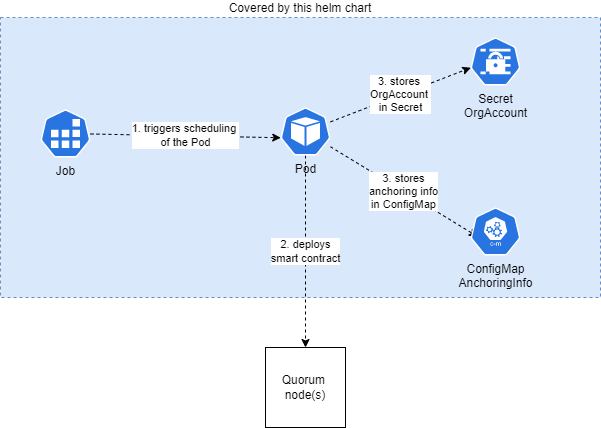
The draw.io diagram charts/smartcontract/docs/smartcontract.drawio.png in PharmaLedger-IMI/helmchart-ethadapter, before a commit. Source tidied: cells renumbered, new cells last; positions are measured from the earlier drawing's top-left corner, leaving out a move shared by most shapes.
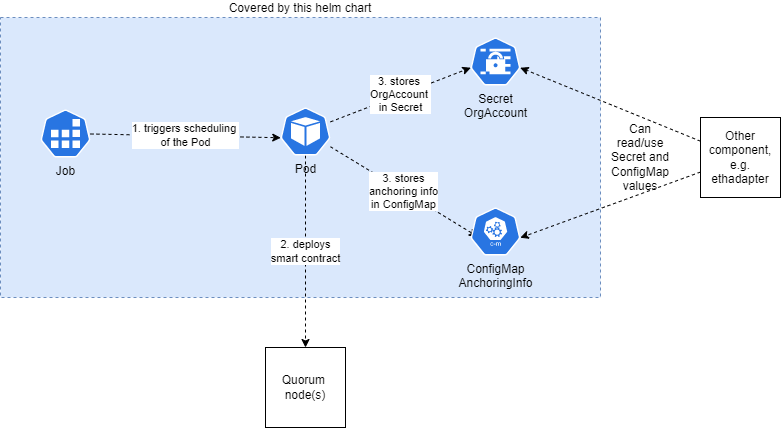
After the commit.

Diff of the diagram source:
```diff
@@ -32,5 +32,17 @@
     <mxCell id="11" value="ConfigMap&lt;br&gt;AnchoringInfo" style="sketch=0;html=1;dashed=0;whitespace=wrap;fillColor=#2875E2;strokeColor=#ffffff;points=[[0.005,0.63,0],[0.1,0.2,0],[0.9,0.2,0],[0.5,0,0],[0.995,0.63,0],[0.72,0.99,0],[0.5,1,0],[0.28,0.99,0]];shape=mxgraph.kubernetes.icon;prIcon=c_m;labelPosition=center;verticalLabelPosition=bottom;align=center;verticalAlign=top;" parent="1" vertex="1">
       <mxGeometry x="470" y="190" width="50" height="48" as="geometry" />
     </mxCell>
+    <mxCell id="12" style="edgeStyle=none;rounded=0;jettySize=auto;html=1;entryX=0.995;entryY=0.63;entryDx=0;entryDy=0;entryPerimeter=0;dashed=1;" parent="1" edge="1" source="14" target="10">
+      <mxGeometry relative="1" as="geometry" />
+    </mxCell>
+    <mxCell id="13" style="edgeStyle=none;rounded=0;jettySize=auto;html=1;entryX=0.995;entryY=0.63;entryDx=0;entryDy=0;entryPerimeter=0;dashed=1;" parent="1" edge="1" source="14" target="11">
+      <mxGeometry relative="1" as="geometry" />
+    </mxCell>
+    <mxCell id="14" value="Other component,&lt;br&gt;e.g. ethadapter" style="whiteSpace=wrap;html=1;" parent="1" vertex="1">
+      <mxGeometry x="700" y="100" width="80" height="80" as="geometry" />
+    </mxCell>
+    <mxCell id="15" value="Can read/use&lt;br&gt;Secret and&lt;br&gt;ConfigMap&lt;br&gt;values" style="text;html=1;strokeColor=none;fillColor=none;align=center;verticalAlign=middle;whiteSpace=wrap;rounded=0;" parent="1" vertex="1">
+      <mxGeometry x="610" y="125" width="60" height="30" as="geometry" />
+    </mxCell>
   </root>
 </mxGraphModel>
```
